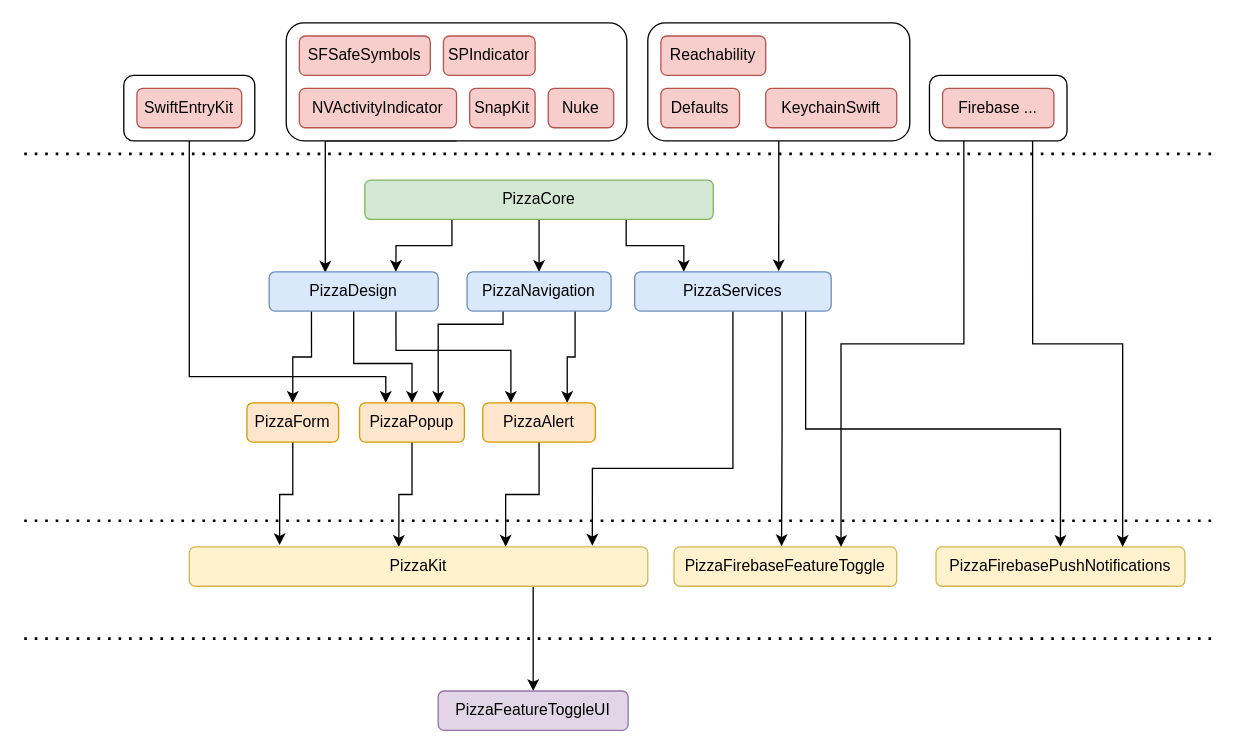
Before: Resources/diagram.drawio in PizzaKit/pizzakit, a draw.io diagram. Source tidied: cells renumbered, new cells numbered last; positions are measured from the earlier drawing's top-left corner, leaving out a move shared by most shapes. Both pictures are drawn from the tidied source at 131%, with x=0, y=0 at pixel (24, 22).
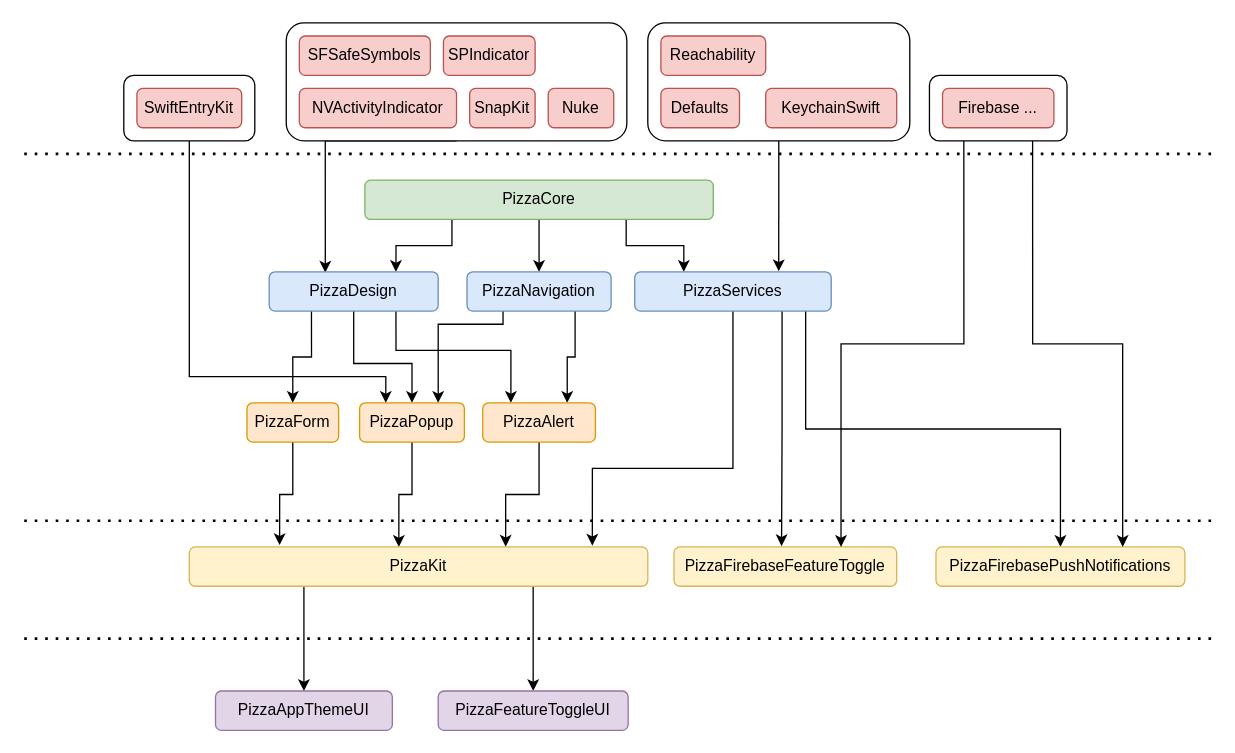
After the change.

Unchanged cells that the change refers to:
```xml
<mxCell id="34" value="PizzaKit" style="rounded=1;whiteSpace=wrap;html=1;fillColor=#fff2cc;strokeColor=#d6b656;" parent="1" vertex="1">
  <mxGeometry x="126" y="400" width="350" height="30" as="geometry" />
</mxCell>
```

Diff of the diagram source:
```diff
@@
+    <mxCell id="50" style="edgeStyle=orthogonalEdgeStyle;rounded=0;jettySize=auto;html=1;exitX=0.25;exitY=1;exitDx=0;exitDy=0;entryX=0.5;entryY=0;entryDx=0;entryDy=0;" parent="1" edge="1" source="34" target="51">
+      <mxGeometry relative="1" as="geometry" />
+    </mxCell>
@@
+    <mxCell id="51" value="PizzaAppThemeUI" style="rounded=1;whiteSpace=wrap;html=1;fillColor=#e1d5e7;strokeColor=#9673a6;" parent="1" vertex="1">
+      <mxGeometry x="146" y="510" width="135" height="30" as="geometry" />
+    </mxCell>
```
